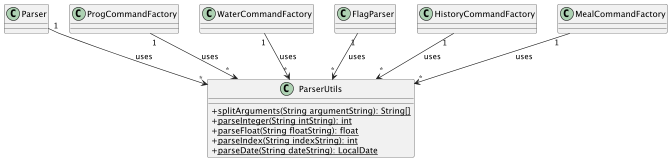
Before: docs/images/parserUtilsComponent.png, a diagram exported from PlantUML (nus-cs2113-AY2425S1/tp). The source it was exported from:
```plantuml
@startuml
skinparam classAttributeIconSize 0

class ParserUtils {
  + <u>splitArguments(String argumentString): String[]
  + <u>parseInteger(String intString): int
  + <u>parseFloat(String floatString): float
  + <u>parseIndex(String indexString): int
  + <u>parseDate(String dateString): LocalDate
}

Parser "1" --> "*" ParserUtils : uses
ProgCommandFactory "1" --> "*" ParserUtils : uses
WaterCommandFactory "1" --> "*" ParserUtils : uses
FlagParser "1" --> "*" ParserUtils : uses
HistoryCommandFactory "1" --> "*" ParserUtils : uses
MealCommandFactory "1" --> "*" ParserUtils : uses

@enduml
```
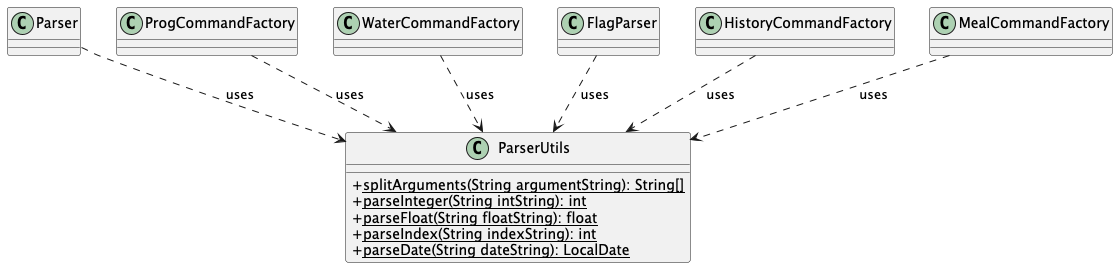
After the commit.

Commit message:
Update Parser component class diagrams

The edit, as a diff of the source:
```diff
@@ -9,11 +9,11 @@
   + <u>parseDate(String dateString): LocalDate
 }
 
-Parser "1" --> "*" ParserUtils : uses
-ProgCommandFactory "1" --> "*" ParserUtils : uses
-WaterCommandFactory "1" --> "*" ParserUtils : uses
-FlagParser "1" --> "*" ParserUtils : uses
-HistoryCommandFactory "1" --> "*" ParserUtils : uses
-MealCommandFactory "1" --> "*" ParserUtils : uses
+Parser ..> ParserUtils : uses
+ProgCommandFactory ..> ParserUtils : uses
+WaterCommandFactory  ..>  ParserUtils : uses
+FlagParser ..>  ParserUtils : uses
+HistoryCommandFactory ..>  ParserUtils : uses
+MealCommandFactory ..> ParserUtils : uses
 
 @enduml
```
